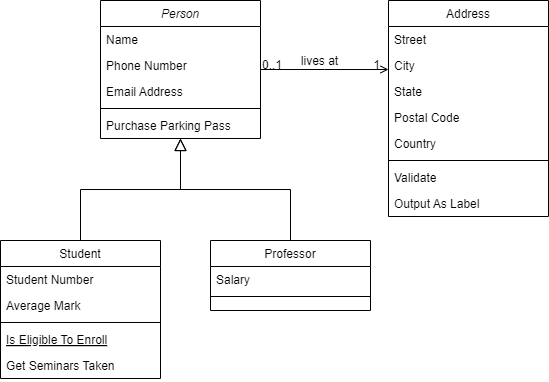
Above: Diagrama_Vista.drawio.png in joflores02/proyectoFinalP2 (draw.io), before the change. Source tidied: cells renumbered, new cells last; positions are measured from the earlier drawing's top-left corner, leaving out a move shared by most shapes. Its diagram source:
```xml
<mxGraphModel>
  <root>
    <mxCell id="0" />
    <mxCell id="1" parent="0" />
    <mxCell id="2" value="Person" style="swimlane;fontStyle=2;align=center;verticalAlign=top;horizontal=1;startSize=26;rounded=0;shadow=0;strokeWidth=1;" parent="1" vertex="1">
      <mxGeometry x="100" width="160" height="138" as="geometry" />
    </mxCell>
    <mxCell id="3" value="Name" style="text;align=left;verticalAlign=top;spacingLeft=4;spacingRight=4;overflow=hidden;" parent="2" vertex="1">
      <mxGeometry y="26" width="160" height="26" as="geometry" />
    </mxCell>
    <mxCell id="4" value="Phone Number" style="text;align=left;verticalAlign=top;spacingLeft=4;spacingRight=4;overflow=hidden;rounded=0;shadow=0;html=0;" parent="2" vertex="1">
      <mxGeometry y="52" width="160" height="26" as="geometry" />
    </mxCell>
    <mxCell id="5" value="Email Address" style="text;align=left;verticalAlign=top;spacingLeft=4;spacingRight=4;overflow=hidden;rounded=0;shadow=0;html=0;" parent="2" vertex="1">
      <mxGeometry y="78" width="160" height="26" as="geometry" />
    </mxCell>
    <mxCell id="6" style="line;html=1;strokeWidth=1;align=left;verticalAlign=middle;spacingTop=-1;spacingLeft=3;spacingRight=3;labelPosition=right;" parent="2" vertex="1">
      <mxGeometry y="104" width="160" height="8" as="geometry" />
    </mxCell>
    <mxCell id="7" value="Purchase Parking Pass" style="text;align=left;verticalAlign=top;spacingLeft=4;spacingRight=4;overflow=hidden;" parent="2" vertex="1">
      <mxGeometry y="112" width="160" height="26" as="geometry" />
    </mxCell>
    <mxCell id="8" value="Student" style="swimlane;fontStyle=0;align=center;verticalAlign=top;horizontal=1;startSize=26;rounded=0;shadow=0;strokeWidth=1;" parent="1" vertex="1">
      <mxGeometry y="240" width="160" height="138" as="geometry" />
    </mxCell>
    <mxCell id="9" value="Student Number" style="text;align=left;verticalAlign=top;spacingLeft=4;spacingRight=4;overflow=hidden;" parent="8" vertex="1">
      <mxGeometry y="26" width="160" height="26" as="geometry" />
    </mxCell>
    <mxCell id="10" value="Average Mark" style="text;align=left;verticalAlign=top;spacingLeft=4;spacingRight=4;overflow=hidden;rounded=0;shadow=0;html=0;" parent="8" vertex="1">
      <mxGeometry y="52" width="160" height="26" as="geometry" />
    </mxCell>
    <mxCell id="11" style="line;html=1;strokeWidth=1;align=left;verticalAlign=middle;spacingTop=-1;spacingLeft=3;spacingRight=3;labelPosition=right;" parent="8" vertex="1">
      <mxGeometry y="78" width="160" height="8" as="geometry" />
    </mxCell>
    <mxCell id="12" value="Is Eligible To Enroll" style="text;align=left;verticalAlign=top;spacingLeft=4;spacingRight=4;overflow=hidden;fontStyle=4;" parent="8" vertex="1">
      <mxGeometry y="86" width="160" height="26" as="geometry" />
    </mxCell>
    <mxCell id="13" value="Get Seminars Taken" style="text;align=left;verticalAlign=top;spacingLeft=4;spacingRight=4;overflow=hidden;" parent="8" vertex="1">
      <mxGeometry y="112" width="160" height="26" as="geometry" />
    </mxCell>
    <mxCell id="14" style="endArrow=block;endSize=10;endFill=0;shadow=0;strokeWidth=1;rounded=0;curved=0;edgeStyle=elbowEdgeStyle;elbow=vertical;" parent="1" edge="1" source="8" target="2">
      <mxGeometry relative="1" as="geometry" />
    </mxCell>
    <mxCell id="15" value="Professor" style="swimlane;fontStyle=0;align=center;verticalAlign=top;horizontal=1;startSize=26;rounded=0;shadow=0;strokeWidth=1;" parent="1" vertex="1">
      <mxGeometry x="210" y="240" width="160" height="70" as="geometry" />
    </mxCell>
    <mxCell id="16" value="Salary" style="text;align=left;verticalAlign=top;spacingLeft=4;spacingRight=4;overflow=hidden;" parent="15" vertex="1">
      <mxGeometry y="26" width="160" height="26" as="geometry" />
    </mxCell>
    <mxCell id="17" style="line;html=1;strokeWidth=1;align=left;verticalAlign=middle;spacingTop=-1;spacingLeft=3;spacingRight=3;labelPosition=right;" parent="15" vertex="1">
      <mxGeometry y="52" width="160" height="8" as="geometry" />
    </mxCell>
    <mxCell id="18" style="endArrow=block;endSize=10;endFill=0;shadow=0;strokeWidth=1;rounded=0;curved=0;edgeStyle=elbowEdgeStyle;elbow=vertical;" parent="1" edge="1" source="15" target="2">
      <mxGeometry relative="1" as="geometry" />
    </mxCell>
    <mxCell id="19" value="Address" style="swimlane;fontStyle=0;align=center;verticalAlign=top;horizontal=1;startSize=26;rounded=0;shadow=0;strokeWidth=1;" parent="1" vertex="1">
      <mxGeometry x="388" width="160" height="216" as="geometry" />
    </mxCell>
    <mxCell id="20" value="Street" style="text;align=left;verticalAlign=top;spacingLeft=4;spacingRight=4;overflow=hidden;" parent="19" vertex="1">
      <mxGeometry y="26" width="160" height="26" as="geometry" />
    </mxCell>
    <mxCell id="21" value="City" style="text;align=left;verticalAlign=top;spacingLeft=4;spacingRight=4;overflow=hidden;rounded=0;shadow=0;html=0;" parent="19" vertex="1">
      <mxGeometry y="52" width="160" height="26" as="geometry" />
    </mxCell>
    <mxCell id="22" value="State" style="text;align=left;verticalAlign=top;spacingLeft=4;spacingRight=4;overflow=hidden;rounded=0;shadow=0;html=0;" parent="19" vertex="1">
      <mxGeometry y="78" width="160" height="26" as="geometry" />
    </mxCell>
    <mxCell id="23" value="Postal Code" style="text;align=left;verticalAlign=top;spacingLeft=4;spacingRight=4;overflow=hidden;rounded=0;shadow=0;html=0;" parent="19" vertex="1">
      <mxGeometry y="104" width="160" height="26" as="geometry" />
    </mxCell>
    <mxCell id="24" value="Country" style="text;align=left;verticalAlign=top;spacingLeft=4;spacingRight=4;overflow=hidden;rounded=0;shadow=0;html=0;" parent="19" vertex="1">
      <mxGeometry y="130" width="160" height="26" as="geometry" />
    </mxCell>
    <mxCell id="25" style="line;html=1;strokeWidth=1;align=left;verticalAlign=middle;spacingTop=-1;spacingLeft=3;spacingRight=3;labelPosition=right;" parent="19" vertex="1">
      <mxGeometry y="156" width="160" height="8" as="geometry" />
    </mxCell>
    <mxCell id="26" value="Validate" style="text;align=left;verticalAlign=top;spacingLeft=4;spacingRight=4;overflow=hidden;" parent="19" vertex="1">
      <mxGeometry y="164" width="160" height="26" as="geometry" />
    </mxCell>
    <mxCell id="27" value="Output As Label" style="text;align=left;verticalAlign=top;spacingLeft=4;spacingRight=4;overflow=hidden;" parent="19" vertex="1">
      <mxGeometry y="190" width="160" height="26" as="geometry" />
    </mxCell>
    <mxCell id="28" style="endArrow=open;shadow=0;strokeWidth=1;rounded=0;curved=0;endFill=1;edgeStyle=elbowEdgeStyle;elbow=vertical;" parent="1" edge="1" source="2" target="19">
      <mxGeometry x="0.5" y="41" relative="1" as="geometry">
        <mxPoint x="-40" y="32" as="offset" />
      </mxGeometry>
    </mxCell>
    <mxCell id="29" value="0..1" style="align=left;verticalAlign=bottom;labelBackgroundColor=none;fontSize=12;" parent="28" vertex="1">
      <mxGeometry x="-1" relative="1" as="geometry">
        <mxPoint y="4" as="offset" />
      </mxGeometry>
    </mxCell>
    <mxCell id="30" value="1" style="align=right;verticalAlign=bottom;labelBackgroundColor=none;fontSize=12;" parent="28" vertex="1">
      <mxGeometry x="1" relative="1" as="geometry">
        <mxPoint x="-7" y="4" as="offset" />
      </mxGeometry>
    </mxCell>
    <mxCell id="31" value="lives at" style="text;html=1;align=center;verticalAlign=middle;labelBackgroundColor=none;rounded=0;shadow=0;strokeWidth=1;fontSize=12;" parent="28" vertex="1">
      <mxGeometry x="0.5" y="49" relative="1" as="geometry">
        <mxPoint x="-38" y="40" as="offset" />
      </mxGeometry>
    </mxCell>
  </root>
</mxGraphModel>
```
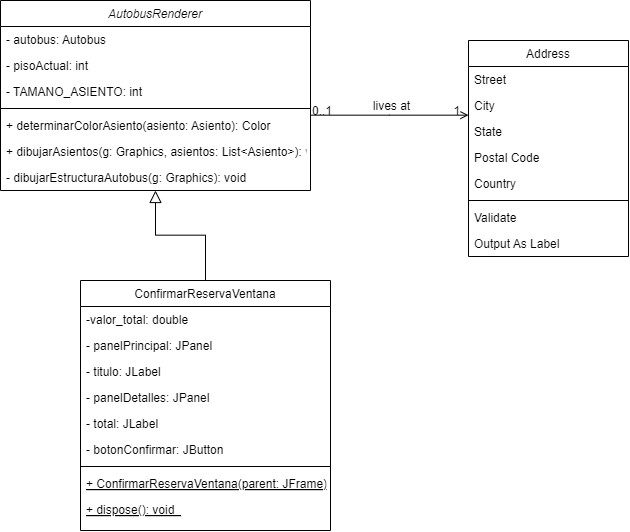
Later version of the same file.

What changed in the source:
```diff
@@ -2,57 +2,63 @@
   <root>
     <mxCell id="0" />
     <mxCell id="1" parent="0" />
-    <mxCell id="2" value="Person" style="swimlane;fontStyle=2;align=center;verticalAlign=top;horizontal=1;startSize=26;rounded=0;shadow=0;strokeWidth=1;" parent="1" vertex="1">
-      <mxGeometry x="100" width="160" height="138" as="geometry" />
+    <mxCell id="2" value="AutobusRenderer" style="swimlane;fontStyle=2;align=center;verticalAlign=top;horizontal=1;startSize=26;rounded=0;shadow=0;strokeWidth=1;" parent="1" vertex="1">
+      <mxGeometry x="-80" y="-40" width="310" height="190" as="geometry" />
     </mxCell>
-    <mxCell id="3" value="Name" style="text;align=left;verticalAlign=top;spacingLeft=4;spacingRight=4;overflow=hidden;" parent="2" vertex="1">
-      <mxGeometry y="26" width="160" height="26" as="geometry" />
+    <mxCell id="3" value="- autobus: Autobus" style="text;align=left;verticalAlign=top;spacingLeft=4;spacingRight=4;overflow=hidden;" parent="2" vertex="1">
+      <mxGeometry y="26" width="310" height="26" as="geometry" />
     </mxCell>
-    <mxCell id="4" value="Phone Number" style="text;align=left;verticalAlign=top;spacingLeft=4;spacingRight=4;overflow=hidden;rounded=0;shadow=0;html=0;" parent="2" vertex="1">
-      <mxGeometry y="52" width="160" height="26" as="geometry" />
+    <mxCell id="4" value="- pisoActual: int" style="text;align=left;verticalAlign=top;spacingLeft=4;spacingRight=4;overflow=hidden;rounded=0;shadow=0;html=0;" parent="2" vertex="1">
+      <mxGeometry y="52" width="310" height="26" as="geometry" />
     </mxCell>
-    <mxCell id="5" value="Email Address" style="text;align=left;verticalAlign=top;spacingLeft=4;spacingRight=4;overflow=hidden;rounded=0;shadow=0;html=0;" parent="2" vertex="1">
-      <mxGeometry y="78" width="160" height="26" as="geometry" />
+    <mxCell id="5" value="- TAMANO_ASIENTO: int" style="text;align=left;verticalAlign=top;spacingLeft=4;spacingRight=4;overflow=hidden;rounded=0;shadow=0;html=0;" parent="2" vertex="1">
+      <mxGeometry y="78" width="310" height="26" as="geometry" />
     </mxCell>
     <mxCell id="6" style="line;html=1;strokeWidth=1;align=left;verticalAlign=middle;spacingTop=-1;spacingLeft=3;spacingRight=3;labelPosition=right;" parent="2" vertex="1">
-      <mxGeometry y="104" width="160" height="8" as="geometry" />
+      <mxGeometry y="104" width="310" height="8" as="geometry" />
     </mxCell>
-    <mxCell id="7" value="Purchase Parking Pass" style="text;align=left;verticalAlign=top;spacingLeft=4;spacingRight=4;overflow=hidden;" parent="2" vertex="1">
-      <mxGeometry y="112" width="160" height="26" as="geometry" />
+    <mxCell id="7" value="+ determinarColorAsiento(asiento: Asiento): Color" style="text;align=left;verticalAlign=top;spacingLeft=4;spacingRight=4;overflow=hidden;" parent="2" vertex="1">
+      <mxGeometry y="112" width="310" height="26" as="geometry" />
     </mxCell>
+    <mxCell id="32" value="+ dibujarAsientos(g: Graphics, asientos: List&lt;Asiento&gt;): void" style="text;align=left;verticalAlign=top;spacingLeft=4;spacingRight=4;overflow=hidden;" parent="2" vertex="1">
+      <mxGeometry y="138" width="310" height="26" as="geometry" />
+    </mxCell>
+    <mxCell id="33" value="- dibujarEstructuraAutobus(g: Graphics): void" style="text;align=left;verticalAlign=top;spacingLeft=4;spacingRight=4;overflow=hidden;" parent="2" vertex="1">
+      <mxGeometry y="164" width="310" height="26" as="geometry" />
+    </mxCell>
-    <mxCell id="8" value="Student" style="swimlane;fontStyle=0;align=center;verticalAlign=top;horizontal=1;startSize=26;rounded=0;shadow=0;strokeWidth=1;" parent="1" vertex="1">
-      <mxGeometry y="240" width="160" height="138" as="geometry" />
+    <mxCell id="8" value="ConfirmarReservaVentana" style="swimlane;fontStyle=0;align=center;verticalAlign=top;horizontal=1;startSize=26;rounded=0;shadow=0;strokeWidth=1;" parent="1" vertex="1">
+      <mxGeometry y="240" width="250" height="250" as="geometry" />
     </mxCell>
-    <mxCell id="9" value="Student Number" style="text;align=left;verticalAlign=top;spacingLeft=4;spacingRight=4;overflow=hidden;" parent="8" vertex="1">
-      <mxGeometry y="26" width="160" height="26" as="geometry" />
+    <mxCell id="9" value="-valor_total: double" style="text;align=left;verticalAlign=top;spacingLeft=4;spacingRight=4;overflow=hidden;" parent="8" vertex="1">
+      <mxGeometry y="26" width="250" height="26" as="geometry" />
     </mxCell>
-    <mxCell id="10" value="Average Mark" style="text;align=left;verticalAlign=top;spacingLeft=4;spacingRight=4;overflow=hidden;rounded=0;shadow=0;html=0;" parent="8" vertex="1">
-      <mxGeometry y="52" width="160" height="26" as="geometry" />
-    </mxCell>
+    <mxCell id="34" value="- panelPrincipal: JPanel  " style="text;align=left;verticalAlign=top;spacingLeft=4;spacingRight=4;overflow=hidden;" parent="8" vertex="1">
+      <mxGeometry y="52" width="250" height="26" as="geometry" />
+    </mxCell>
+    <mxCell id="35" value="- titulo: JLabel                            " style="text;align=left;verticalAlign=top;spacingLeft=4;spacingRight=4;overflow=hidden;" parent="8" vertex="1">
+      <mxGeometry y="78" width="250" height="26" as="geometry" />
+    </mxCell>
+    <mxCell id="36" value="- panelDetalles: JPanel " style="text;align=left;verticalAlign=top;spacingLeft=4;spacingRight=4;overflow=hidden;" parent="8" vertex="1">
+      <mxGeometry y="104" width="250" height="26" as="geometry" />
+    </mxCell>
+    <mxCell id="37" value="- total: JLabel  " style="text;align=left;verticalAlign=top;spacingLeft=4;spacingRight=4;overflow=hidden;" parent="8" vertex="1">
+      <mxGeometry y="130" width="250" height="26" as="geometry" />
+    </mxCell>
+    <mxCell id="38" value="- botonConfirmar: JButton   " style="text;align=left;verticalAlign=top;spacingLeft=4;spacingRight=4;overflow=hidden;" parent="8" vertex="1">
+      <mxGeometry y="156" width="250" height="26" as="geometry" />
+    </mxCell>
     <mxCell id="11" style="line;html=1;strokeWidth=1;align=left;verticalAlign=middle;spacingTop=-1;spacingLeft=3;spacingRight=3;labelPosition=right;" parent="8" vertex="1">
-      <mxGeometry y="78" width="160" height="8" as="geometry" />
+      <mxGeometry y="182" width="250" height="8" as="geometry" />
     </mxCell>
-    <mxCell id="12" value="Is Eligible To Enroll" style="text;align=left;verticalAlign=top;spacingLeft=4;spacingRight=4;overflow=hidden;fontStyle=4;" parent="8" vertex="1">
-      <mxGeometry y="86" width="160" height="26" as="geometry" />
+    <mxCell id="12" value="+ ConfirmarReservaVentana(parent: JFrame)  " style="text;align=left;verticalAlign=top;spacingLeft=4;spacingRight=4;overflow=hidden;fontStyle=4;" parent="8" vertex="1">
+      <mxGeometry y="190" width="250" height="26" as="geometry" />
     </mxCell>
-    <mxCell id="13" value="Get Seminars Taken" style="text;align=left;verticalAlign=top;spacingLeft=4;spacingRight=4;overflow=hidden;" parent="8" vertex="1">
-      <mxGeometry y="112" width="160" height="26" as="geometry" />
-    </mxCell>
+    <mxCell id="39" value="+ dispose(): void  " style="text;align=left;verticalAlign=top;spacingLeft=4;spacingRight=4;overflow=hidden;fontStyle=4;" parent="8" vertex="1">
+      <mxGeometry y="216" width="250" height="26" as="geometry" />
+    </mxCell>
     <mxCell id="14" style="endArrow=block;endSize=10;endFill=0;shadow=0;strokeWidth=1;rounded=0;curved=0;edgeStyle=elbowEdgeStyle;elbow=vertical;" parent="1" edge="1" source="8" target="2">
       <mxGeometry relative="1" as="geometry" />
     </mxCell>
-    <mxCell id="15" value="Professor" style="swimlane;fontStyle=0;align=center;verticalAlign=top;horizontal=1;startSize=26;rounded=0;shadow=0;strokeWidth=1;" parent="1" vertex="1">
-      <mxGeometry x="210" y="240" width="160" height="70" as="geometry" />
-    </mxCell>
-    <mxCell id="16" value="Salary" style="text;align=left;verticalAlign=top;spacingLeft=4;spacingRight=4;overflow=hidden;" parent="15" vertex="1">
-      <mxGeometry y="26" width="160" height="26" as="geometry" />
-    </mxCell>
-    <mxCell id="17" style="line;html=1;strokeWidth=1;align=left;verticalAlign=middle;spacingTop=-1;spacingLeft=3;spacingRight=3;labelPosition=right;" parent="15" vertex="1">
-      <mxGeometry y="52" width="160" height="8" as="geometry" />
-    </mxCell>
-    <mxCell id="18" style="endArrow=block;endSize=10;endFill=0;shadow=0;strokeWidth=1;rounded=0;curved=0;edgeStyle=elbowEdgeStyle;elbow=vertical;" parent="1" edge="1" source="15" target="2">
-      <mxGeometry relative="1" as="geometry" />
-    </mxCell>
     <mxCell id="19" value="Address" style="swimlane;fontStyle=0;align=center;verticalAlign=top;horizontal=1;startSize=26;rounded=0;shadow=0;strokeWidth=1;" parent="1" vertex="1">
       <mxGeometry x="388" width="160" height="216" as="geometry" />
     </mxCell>
```
